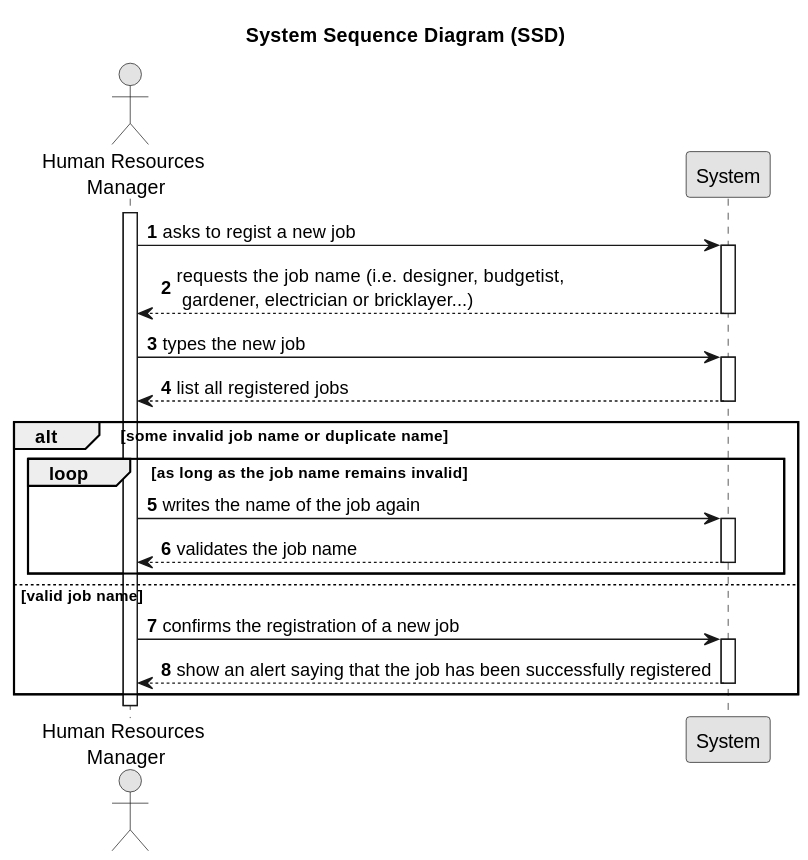
Earlier version of the PlantUML export docs/sprintA/us002/01.requirements-engineering/svg/us002-system-sequence-diagram-alternative-one.svg (1231360-ISEP/lei-24-s2-1db-g021). Its diagram source:
```plantuml
@startuml
skinparam monochrome true
skinparam packageStyle rectangle
skinparam shadowing false

title System Sequence Diagram (SSD)

autonumber

actor "Human Resources \nManager" as HRM
participant "System" as System

activate HRM

    HRM -> System : asks to regist a new job
        activate System

    System --> HRM : requests the job name (i.e.  designer, budgetist,\n gardener, electrician or bricklayer...)
        deactivate System

    HRM -> System : types the new job
        activate System

    System --> HRM : list all registered jobs
        deactivate System

    alt some invalid job name or duplicate name
        loop as long as the job name remains invalid
            HRM -> System : writes the name of the job again
                activate System

            System --> HRM : validates the job name
                deactivate System
        end
    else valid job name
        HRM -> System : confirms the registration of a new job
            activate System

        System --> HRM : show an alert saying that the job has been successfully registered
            deactivate System
    end
@enduml
```
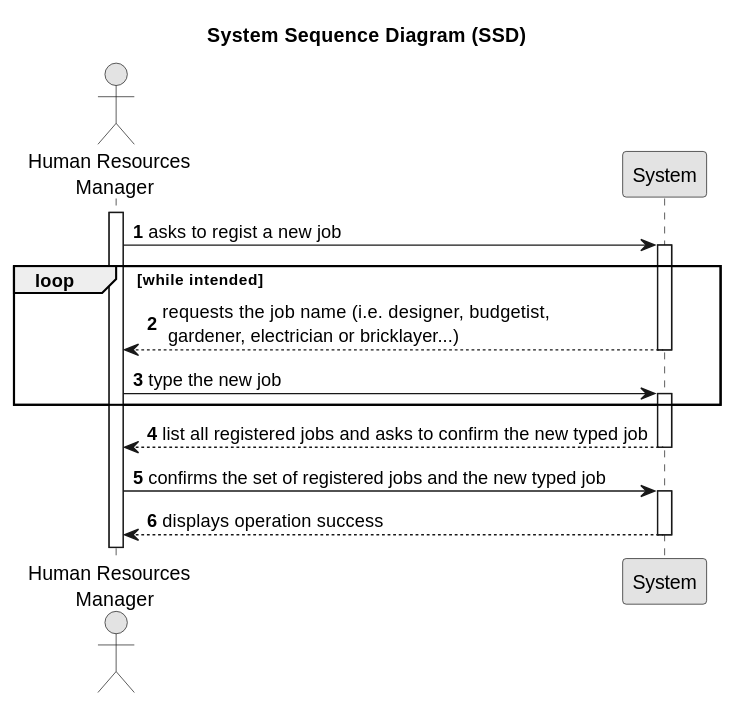
Above is the later version.

Diff of the diagram source:
```diff
@@ -7,36 +7,28 @@
 
 autonumber
 
-actor "Human Resources \nManager" as HRM
+actor "Human Resources \n Manager" as HRM
 participant "System" as System
 
 activate HRM
 
     HRM -> System : asks to regist a new job
-        activate System
+    activate System
 
-    System --> HRM : requests the job name (i.e.  designer, budgetist,\n gardener, electrician or bricklayer...)
+    loop while intended
+            System --> HRM : requests the job name (i.e.  designer, budgetist,\n gardener, electrician or bricklayer...)
         deactivate System
 
-    HRM -> System : types the new job
+        HRM -> System : type the new job
         activate System
+    end
 
-    System --> HRM : list all registered jobs
-        deactivate System
+        System --> HRM : list all registered jobs and asks to confirm the new typed job
+    deactivate System
 
-    alt some invalid job name or duplicate name
-        loop as long as the job name remains invalid
-            HRM -> System : writes the name of the job again
-                activate System
+    HRM -> System : confirms the set of registered jobs and the new typed job
+    activate System
 
-            System --> HRM : validates the job name
-                deactivate System
-        end
-    else valid job name
-        HRM -> System : confirms the registration of a new job
-            activate System
-
-        System --> HRM : show an alert saying that the job has been successfully registered
-            deactivate System
-    end
+    System --> HRM : displays operation success
+    deactivate System
 @enduml
```
